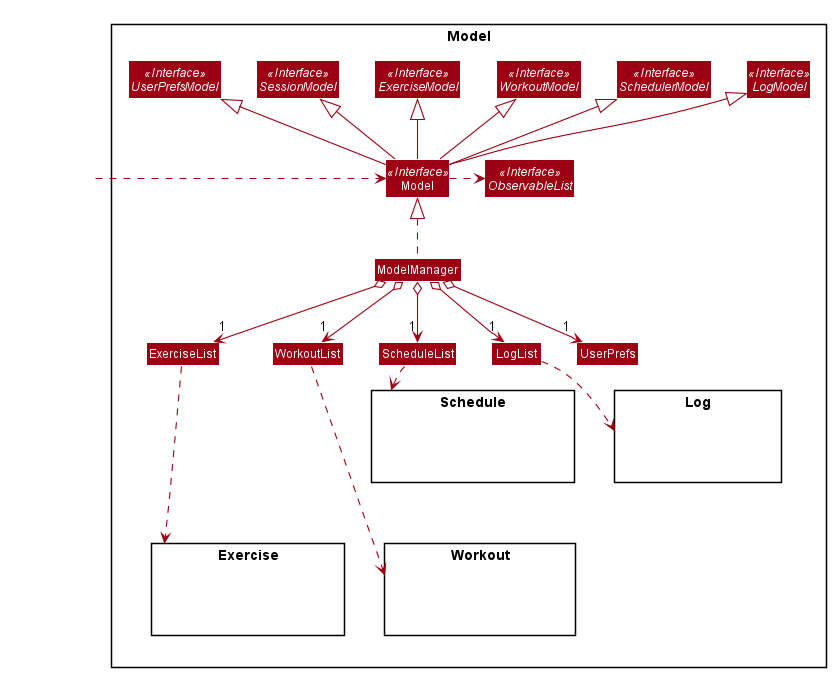
Above: images/developer-guide/common/ModelClassDiagram.png in alloystory/cs2103t_zerotoone (PlantUML), before the change.
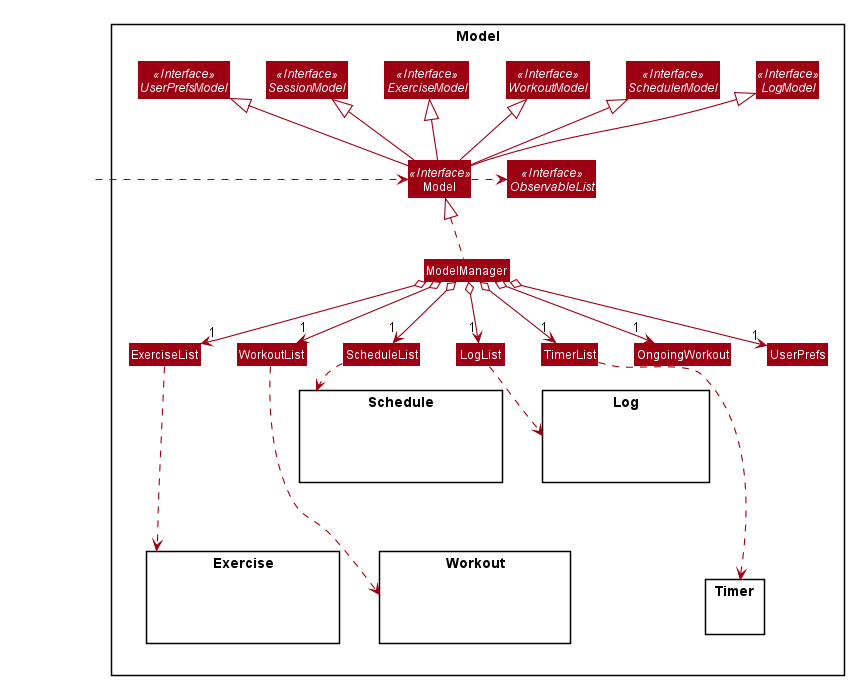
Above is the later version.

The edit, as a diff of the source:
```diff
@@ -67,6 +67,8 @@
     Class WorkoutList
     Class ScheduleList
     Class LogList
+    Class TimerList
+    Class OngoingWorkout
 
     Class Model
     Class ModelManager
@@ -87,6 +89,10 @@
     Package Log {
         Class HiddenLogModel #FFFFFF
     }
+
+    Package Timer {
+            Class HiddenLogModel #FFFFFF
+    }
 }
 
 Class HiddenOutside #FFFFFF
@@ -106,9 +112,12 @@
 ModelManager o--> "1" WorkoutList
 ModelManager o--> "1" ScheduleList
 ModelManager o--> "1" LogList
+ModelManager o--> "1" OngoingWorkout
+ModelManager o--> "1" TimerList
 
 ExerciseList ...down.> Exercise
 WorkoutList ...down.> Workout
 ScheduleList .down.> Schedule
 LogList .down.> Log
+TimerList ...down.> Timer
 @enduml
```
